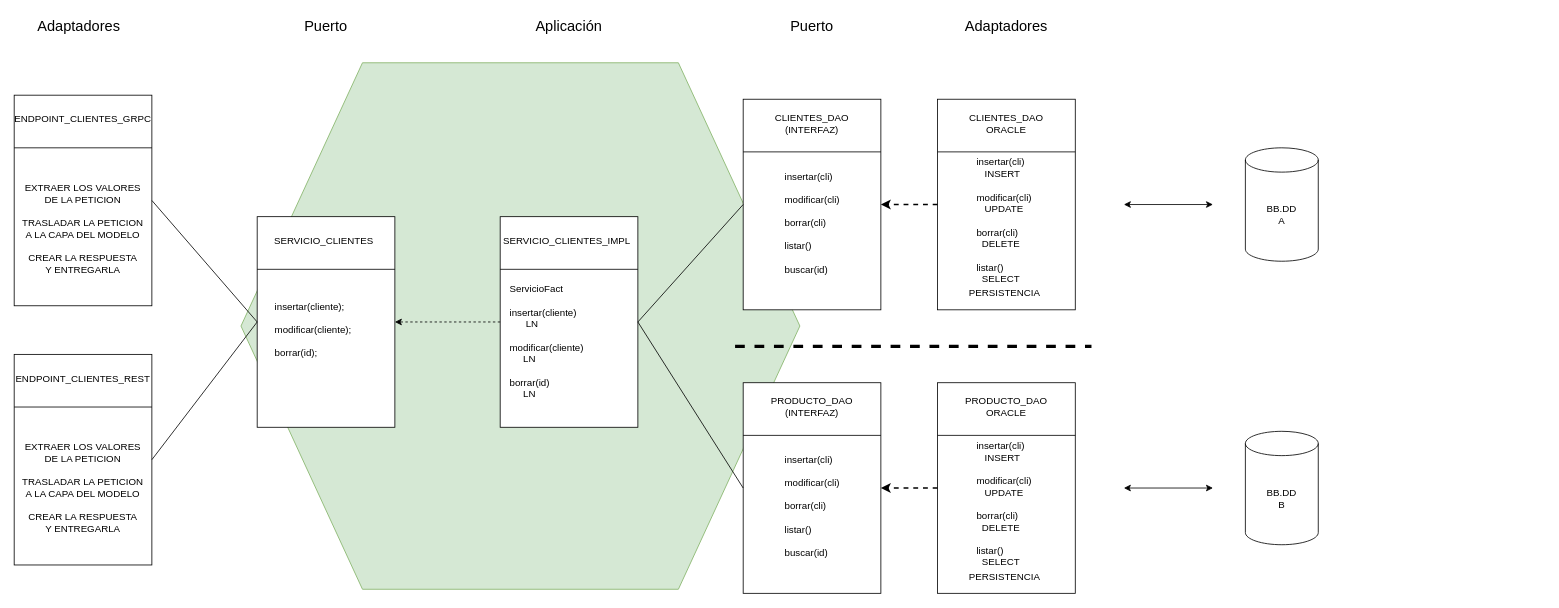
The draw.io diagram page "Página-35" (34 of 39) of patrones_2022_7.drawio in lrag/Patrones, before the edit. Source tidied: cells renumbered, new cells numbered last; positions are measured from the earlier drawing's top-left corner, leaving out a move shared by most shapes. Both pictures are drawn from the tidied source at 81%, with x=0, y=0 at pixel (14, 14).
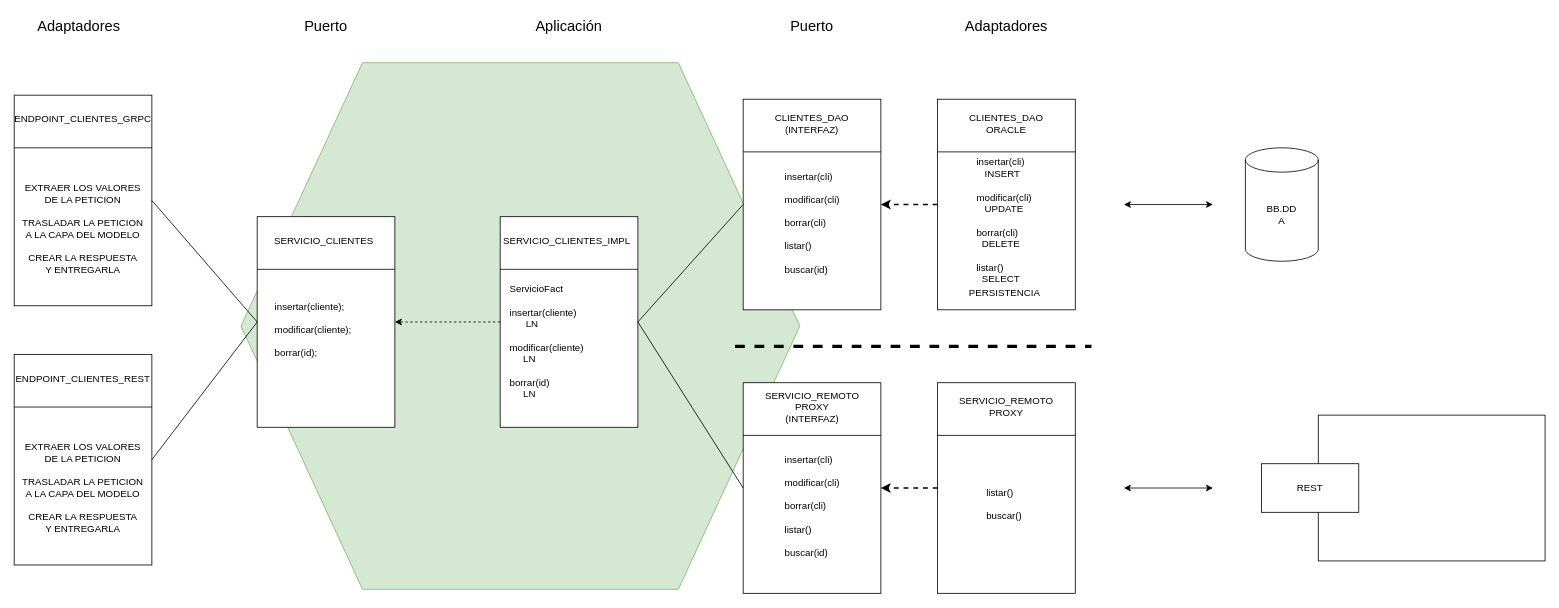
The same page after the edit.

The edit, as a diff of the source:
```diff
@@
-    <mxCell id="37" value="BB.DD&lt;br&gt;B" style="shape=cylinder3;whiteSpace=wrap;html=1;boundedLbl=1;backgroundOutline=1;size=15;" parent="1" vertex="1">
-      <mxGeometry x="1520" y="515" width="90" height="140" as="geometry" />
-    </mxCell>
@@
-    <mxCell id="41" value="PRODUCTO_DAO&lt;br&gt;(INTERFAZ)" style="text;html=1;strokeColor=none;fillColor=none;align=center;verticalAlign=middle;whiteSpace=wrap;rounded=0;" parent="1" vertex="1">
-      <mxGeometry x="965" y="475" width="40" height="20" as="geometry" />
+    <mxCell id="41" value="SERVICIO_REMOTO&lt;br&gt;PROXY&lt;br&gt;(INTERFAZ)" style="text;html=1;strokeColor=none;fillColor=none;align=center;verticalAlign=middle;whiteSpace=wrap;rounded=0;" parent="1" vertex="1">
+      <mxGeometry x="917.5" y="462.5" width="135" height="45" as="geometry" />
     </mxCell>
@@
-    <mxCell id="45" value="PRODUCTO_DAO&lt;br&gt;ORACLE" style="text;html=1;strokeColor=none;fillColor=none;align=center;verticalAlign=middle;whiteSpace=wrap;rounded=0;" parent="1" vertex="1">
+    <mxCell id="45" value="SERVICIO_REMOTO&lt;br&gt;PROXY" style="text;html=1;strokeColor=none;fillColor=none;align=center;verticalAlign=middle;whiteSpace=wrap;rounded=0;" parent="1" vertex="1">
       <mxGeometry x="1205" y="475" width="40" height="20" as="geometry" />
     </mxCell>
-    <mxCell id="46" value="&lt;div style=&quot;text-align: left&quot;&gt;insertar(cli)&lt;/div&gt;&lt;div style=&quot;text-align: left&quot;&gt;&amp;nbsp; &amp;nbsp;INSERT&lt;/div&gt;&lt;div style=&quot;text-align: left&quot;&gt;&lt;br&gt;&lt;/div&gt;&lt;div style=&quot;text-align: left&quot;&gt;modificar(cli)&lt;/div&gt;&lt;div style=&quot;text-align: left&quot;&gt;&amp;nbsp; &amp;nbsp;UPDATE&lt;/div&gt;&lt;div style=&quot;text-align: left&quot;&gt;&lt;br&gt;&lt;/div&gt;&lt;div style=&quot;text-align: left&quot;&gt;borrar(cli)&lt;/div&gt;&lt;div style=&quot;text-align: left&quot;&gt;&amp;nbsp; DELETE&lt;/div&gt;&lt;div style=&quot;text-align: left&quot;&gt;&lt;br&gt;&lt;/div&gt;&lt;div style=&quot;text-align: left&quot;&gt;listar()&lt;/div&gt;&lt;div style=&quot;text-align: left&quot;&gt;&amp;nbsp; SELECT&lt;/div&gt;" style="text;html=1;strokeColor=none;fillColor=none;align=center;verticalAlign=middle;whiteSpace=wrap;rounded=0;" parent="1" vertex="1">
+    <mxCell id="46" value="&lt;div style=&quot;text-align: left&quot;&gt;listar()&lt;/div&gt;&lt;div style=&quot;text-align: left&quot;&gt;&lt;br&gt;&lt;/div&gt;&lt;div style=&quot;text-align: left&quot;&gt;buscar()&lt;/div&gt;" style="text;html=1;strokeColor=none;fillColor=none;align=center;verticalAlign=middle;whiteSpace=wrap;rounded=0;" parent="1" vertex="1">
       <mxGeometry x="1165" y="535" width="115" height="140" as="geometry" />
     </mxCell>
@@
-    <mxCell id="48" value="PERSISTENCIA" style="text;html=1;strokeColor=none;fillColor=none;align=center;verticalAlign=middle;whiteSpace=wrap;rounded=0;" parent="1" vertex="1">
-      <mxGeometry x="1202.5" y="685" width="40" height="20" as="geometry" />
-    </mxCell>
@@
+    <mxCell id="54" style="rounded=0;whiteSpace=wrap;html=1;" parent="1" vertex="1">
+      <mxGeometry x="1610" y="495" width="280" height="180" as="geometry" />
+    </mxCell>
+    <mxCell id="55" value="REST" style="rounded=0;whiteSpace=wrap;html=1;" parent="1" vertex="1">
+      <mxGeometry x="1540" y="555" width="120" height="60" as="geometry" />
+    </mxCell>
```
